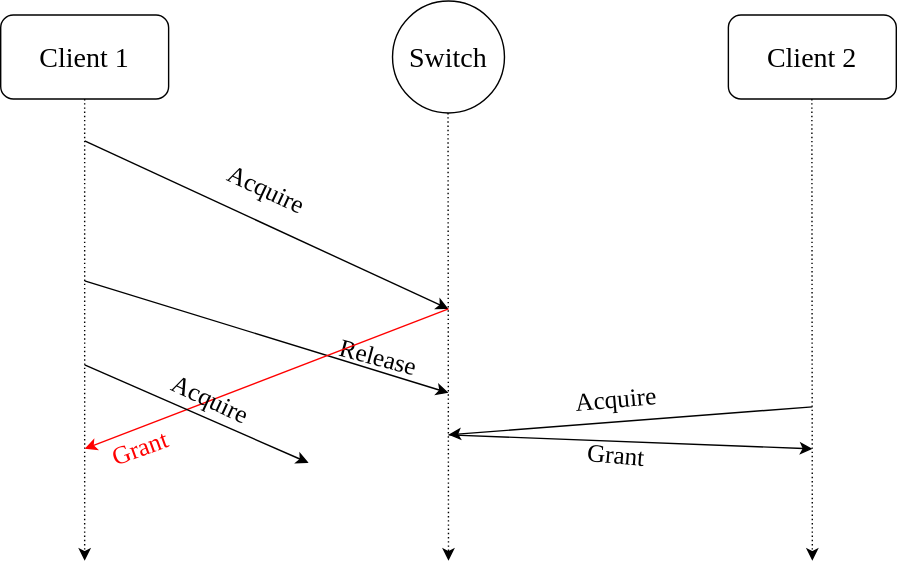
This is timing.svg from CS-icez/VeriNC-Violation, a draw.io export, as it was before one commit. Source tidied: cells renumbered, new cells last; positions are measured from the earlier drawing's top-left corner, leaving out a move shared by most shapes.
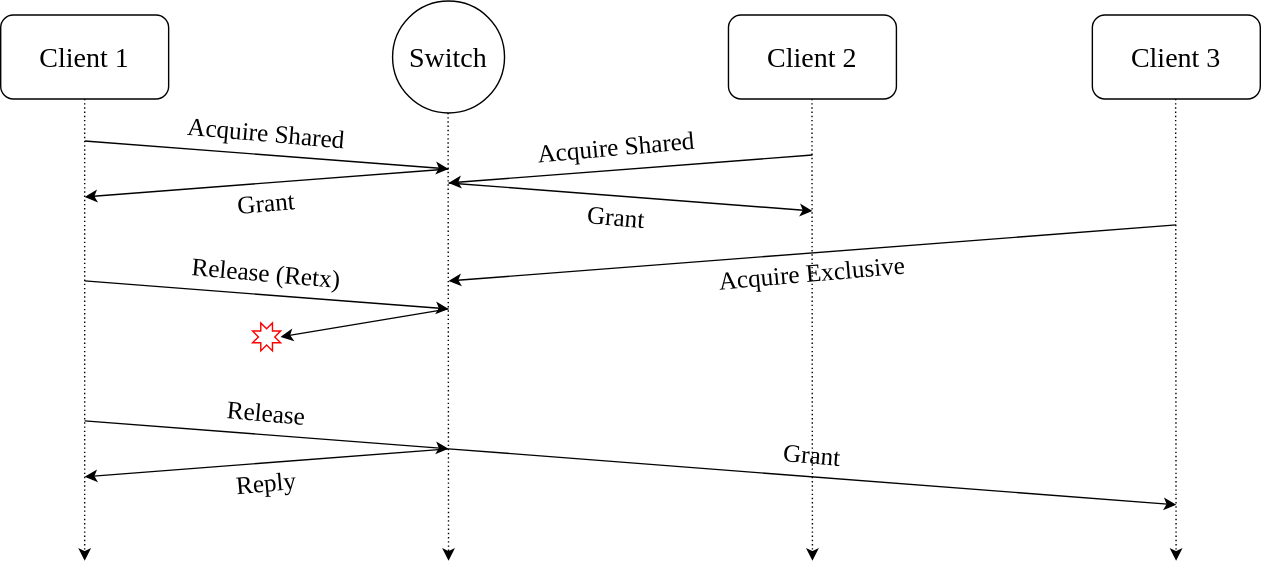
Later version of the same file.

Commit message:
replace wrong timing diagram

What changed in the source:
```diff
@@ -19,29 +19,29 @@
     <mxCell id="6" style="endArrow=classic;html=1;rounded=0;" parent="1" edge="1">
       <mxGeometry relative="1" as="geometry">
         <mxPoint x="60" y="100" as="sourcePoint" />
-        <mxPoint x="320" y="220" as="targetPoint" />
+        <mxPoint x="320" y="120" as="targetPoint" />
       </mxGeometry>
     </mxCell>
-    <mxCell id="7" value="&lt;font style=&quot;font-size: 18px;&quot; face=&quot;Times New Roman&quot;&gt;Acquire&lt;/font&gt;" style="text;html=1;whiteSpace=wrap;strokeColor=none;fillColor=none;align=center;verticalAlign=middle;rounded=0;rotation=25;" parent="1" vertex="1">
-      <mxGeometry x="160" y="120" width="60" height="30" as="geometry" />
+    <mxCell id="7" value="&lt;font style=&quot;font-size: 18px;&quot; face=&quot;Times New Roman&quot;&gt;Acquire Shared&lt;/font&gt;" style="text;html=1;whiteSpace=wrap;strokeColor=none;fillColor=none;align=center;verticalAlign=middle;rounded=0;rotation=5;" parent="1" vertex="1">
+      <mxGeometry x="130" y="80" width="120" height="30" as="geometry" />
     </mxCell>
     <mxCell id="8" style="endArrow=classic;html=1;rounded=0;" parent="1" edge="1">
       <mxGeometry relative="1" as="geometry">
         <mxPoint x="60" y="200" as="sourcePoint" />
-        <mxPoint x="320" y="280" as="targetPoint" />
+        <mxPoint x="320" y="220" as="targetPoint" />
       </mxGeometry>
     </mxCell>
-    <mxCell id="9" value="&lt;font style=&quot;font-size: 18px;&quot; face=&quot;Times New Roman&quot;&gt;Release&lt;/font&gt;" style="text;html=1;whiteSpace=wrap;strokeColor=none;fillColor=none;align=center;verticalAlign=middle;rounded=0;rotation=15;" parent="1" vertex="1">
-      <mxGeometry x="240" y="240" width="60" height="30" as="geometry" />
+    <mxCell id="9" value="&lt;font style=&quot;font-size: 18px;&quot; face=&quot;Times New Roman&quot;&gt;Release (Retx)&lt;/font&gt;" style="text;html=1;whiteSpace=wrap;strokeColor=none;fillColor=none;align=center;verticalAlign=middle;rounded=0;rotation=5;" parent="1" vertex="1">
+      <mxGeometry x="135" y="180" width="110" height="30" as="geometry" />
     </mxCell>
-    <mxCell id="10" style="endArrow=classic;html=1;rounded=0;fontColor=#FF0000;strokeColor=#FF0000;" parent="1" edge="1">
+    <mxCell id="10" style="endArrow=classic;html=1;rounded=0;" parent="1" edge="1">
       <mxGeometry relative="1" as="geometry">
-        <mxPoint x="320" y="220" as="sourcePoint" />
-        <mxPoint x="60" y="320" as="targetPoint" />
+        <mxPoint x="320" y="120" as="sourcePoint" />
+        <mxPoint x="60" y="140" as="targetPoint" />
       </mxGeometry>
     </mxCell>
-    <mxCell id="11" value="&lt;font style=&quot;font-size: 18px;&quot; face=&quot;Times New Roman&quot;&gt;Grant&lt;/font&gt;" style="text;html=1;whiteSpace=wrap;strokeColor=none;fillColor=none;align=center;verticalAlign=middle;rounded=0;rotation=-20;fontColor=#FF0000;" parent="1" vertex="1">
-      <mxGeometry x="70" y="305" width="60" height="30" as="geometry" />
+    <mxCell id="11" value="&lt;font style=&quot;font-size: 18px;&quot; face=&quot;Times New Roman&quot;&gt;Grant&lt;/font&gt;" style="text;html=1;whiteSpace=wrap;strokeColor=none;fillColor=none;align=center;verticalAlign=middle;rounded=0;rotation=-5;" parent="1" vertex="1">
+      <mxGeometry x="160" y="130" width="60" height="30" as="geometry" />
     </mxCell>
     <mxCell id="12" style="endArrow=classic;html=1;rounded=0;exitX=0.5;exitY=1;exitDx=0;exitDy=0;dashed=1;dashPattern=1 2;" parent="1" edge="1">
       <mxGeometry relative="1" as="geometry">
@@ -57,30 +57,75 @@
     </mxCell>
     <mxCell id="14" style="endArrow=classic;html=1;rounded=0;" parent="1" edge="1">
       <mxGeometry relative="1" as="geometry">
-        <mxPoint x="580" y="290" as="sourcePoint" />
-        <mxPoint x="320" y="310" as="targetPoint" />
+        <mxPoint x="580" y="110" as="sourcePoint" />
+        <mxPoint x="320" y="130" as="targetPoint" />
       </mxGeometry>
     </mxCell>
     <mxCell id="15" style="endArrow=classic;html=1;rounded=0;" parent="1" edge="1">
       <mxGeometry relative="1" as="geometry">
-        <mxPoint x="320" y="310" as="sourcePoint" />
-        <mxPoint x="580" y="320" as="targetPoint" />
+        <mxPoint x="320" y="130" as="sourcePoint" />
+        <mxPoint x="580" y="150" as="targetPoint" />
       </mxGeometry>
     </mxCell>
-    <mxCell id="16" value="&lt;font style=&quot;font-size: 18px;&quot; face=&quot;Times New Roman&quot;&gt;Acquire&lt;/font&gt;" style="text;html=1;whiteSpace=wrap;strokeColor=none;fillColor=none;align=center;verticalAlign=middle;rounded=0;rotation=-5;" parent="1" vertex="1">
-      <mxGeometry x="410" y="270" width="60" height="30" as="geometry" />
-    </mxCell>
     <mxCell id="17" value="&lt;font style=&quot;font-size: 18px;&quot; face=&quot;Times New Roman&quot;&gt;Grant&lt;/font&gt;" style="text;html=1;whiteSpace=wrap;strokeColor=none;fillColor=none;align=center;verticalAlign=middle;rounded=0;rotation=5;" parent="1" vertex="1">
-      <mxGeometry x="410" y="310" width="60" height="30" as="geometry" />
+      <mxGeometry x="410" y="140" width="60" height="30" as="geometry" />
     </mxCell>
-    <mxCell id="18" value="&lt;font style=&quot;font-size: 18px;&quot; face=&quot;Times New Roman&quot;&gt;Acquire&lt;/font&gt;" style="text;html=1;whiteSpace=wrap;strokeColor=none;fillColor=none;align=center;verticalAlign=middle;rounded=0;rotation=25;" parent="1" vertex="1">
-      <mxGeometry x="120" y="270" width="60" height="30" as="geometry" />
-    </mxCell>
-    <mxCell id="19" style="endArrow=classic;html=1;rounded=0;" parent="1" edge="1">
-      <mxGeometry relative="1" as="geometry">
-        <mxPoint x="60" y="260" as="sourcePoint" />
-        <mxPoint x="220" y="330" as="targetPoint" />
-      </mxGeometry>
-    </mxCell>
+    <mxCell id="20" style="endArrow=classic;html=1;rounded=0;" parent="1" edge="1">
+      <mxGeometry relative="1" as="geometry">
+        <mxPoint x="320" y="220" as="sourcePoint" />
+        <mxPoint x="200" y="240" as="targetPoint" />
+      </mxGeometry>
+    </mxCell>
+    <mxCell id="21" style="verticalLabelPosition=bottom;verticalAlign=top;html=1;shape=mxgraph.basic.8_point_star;strokeColor=#FF0000;" parent="1" vertex="1">
+      <mxGeometry x="180" y="230" width="20" height="20" as="geometry" />
+    </mxCell>
+    <mxCell id="22" style="endArrow=classic;html=1;rounded=0;" parent="1" edge="1">
+      <mxGeometry relative="1" as="geometry">
+        <mxPoint x="60" y="300" as="sourcePoint" />
+        <mxPoint x="320" y="320" as="targetPoint" />
+      </mxGeometry>
+    </mxCell>
+    <mxCell id="23" style="endArrow=classic;html=1;rounded=0;" parent="1" edge="1">
+      <mxGeometry relative="1" as="geometry">
+        <mxPoint x="320" y="320" as="sourcePoint" />
+        <mxPoint x="60" y="340" as="targetPoint" />
+      </mxGeometry>
+    </mxCell>
+    <mxCell id="24" value="&lt;font style=&quot;font-size: 18px;&quot; face=&quot;Times New Roman&quot;&gt;Release&lt;/font&gt;" style="text;html=1;whiteSpace=wrap;strokeColor=none;fillColor=none;align=center;verticalAlign=middle;rounded=0;rotation=5;" parent="1" vertex="1">
+      <mxGeometry x="160" y="280" width="60" height="30" as="geometry" />
+    </mxCell>
+    <mxCell id="25" value="&lt;font style=&quot;font-size: 18px;&quot; face=&quot;Times New Roman&quot;&gt;Reply&lt;/font&gt;" style="text;html=1;whiteSpace=wrap;strokeColor=none;fillColor=none;align=center;verticalAlign=middle;rounded=0;rotation=-5;" parent="1" vertex="1">
+      <mxGeometry x="160" y="330" width="60" height="30" as="geometry" />
+    </mxCell>
+    <mxCell id="26" value="&lt;font style=&quot;font-size: 20px;&quot; face=&quot;Times New Roman&quot;&gt;Client 3&lt;/font&gt;" style="rounded=1;whiteSpace=wrap;html=1;" parent="1" vertex="1">
+      <mxGeometry x="780" y="10" width="120" height="60" as="geometry" />
+    </mxCell>
+    <mxCell id="27" style="endArrow=classic;html=1;rounded=0;exitX=0.5;exitY=1;exitDx=0;exitDy=0;dashed=1;dashPattern=1 2;" parent="1" edge="1">
+      <mxGeometry relative="1" as="geometry">
+        <mxPoint x="839.5" y="70" as="sourcePoint" />
+        <mxPoint x="839.8" y="400" as="targetPoint" />
+      </mxGeometry>
+    </mxCell>
+    <mxCell id="28" style="endArrow=classic;html=1;rounded=0;" parent="1" edge="1">
+      <mxGeometry relative="1" as="geometry">
+        <mxPoint x="840" y="160" as="sourcePoint" />
+        <mxPoint x="320" y="200" as="targetPoint" />
+      </mxGeometry>
+    </mxCell>
+    <mxCell id="29" value="&lt;font style=&quot;font-size: 18px;&quot; face=&quot;Times New Roman&quot;&gt;Acquire Shared&lt;/font&gt;" style="text;html=1;whiteSpace=wrap;strokeColor=none;fillColor=none;align=center;verticalAlign=middle;rounded=0;rotation=-5;" parent="1" vertex="1">
+      <mxGeometry x="380" y="90" width="120" height="30" as="geometry" />
+    </mxCell>
+    <mxCell id="30" value="&lt;font style=&quot;font-size: 18px;&quot; face=&quot;Times New Roman&quot;&gt;Acquire Exclusive&lt;/font&gt;" style="text;html=1;whiteSpace=wrap;strokeColor=none;fillColor=none;align=center;verticalAlign=middle;rounded=0;rotation=-5;" parent="1" vertex="1">
+      <mxGeometry x="510" y="180" width="140" height="30" as="geometry" />
+    </mxCell>
+    <mxCell id="31" style="endArrow=classic;html=1;rounded=0;" parent="1" edge="1">
+      <mxGeometry relative="1" as="geometry">
+        <mxPoint x="320" y="320" as="sourcePoint" />
+        <mxPoint x="840" y="360" as="targetPoint" />
+      </mxGeometry>
+    </mxCell>
+    <mxCell id="32" value="&lt;font style=&quot;font-size: 18px;&quot; face=&quot;Times New Roman&quot;&gt;Grant&lt;/font&gt;" style="text;html=1;whiteSpace=wrap;strokeColor=none;fillColor=none;align=center;verticalAlign=middle;rounded=0;rotation=5;" parent="1" vertex="1">
+      <mxGeometry x="550" y="310" width="60" height="30" as="geometry" />
+    </mxCell>
   </root>
 </mxGraphModel>
```
